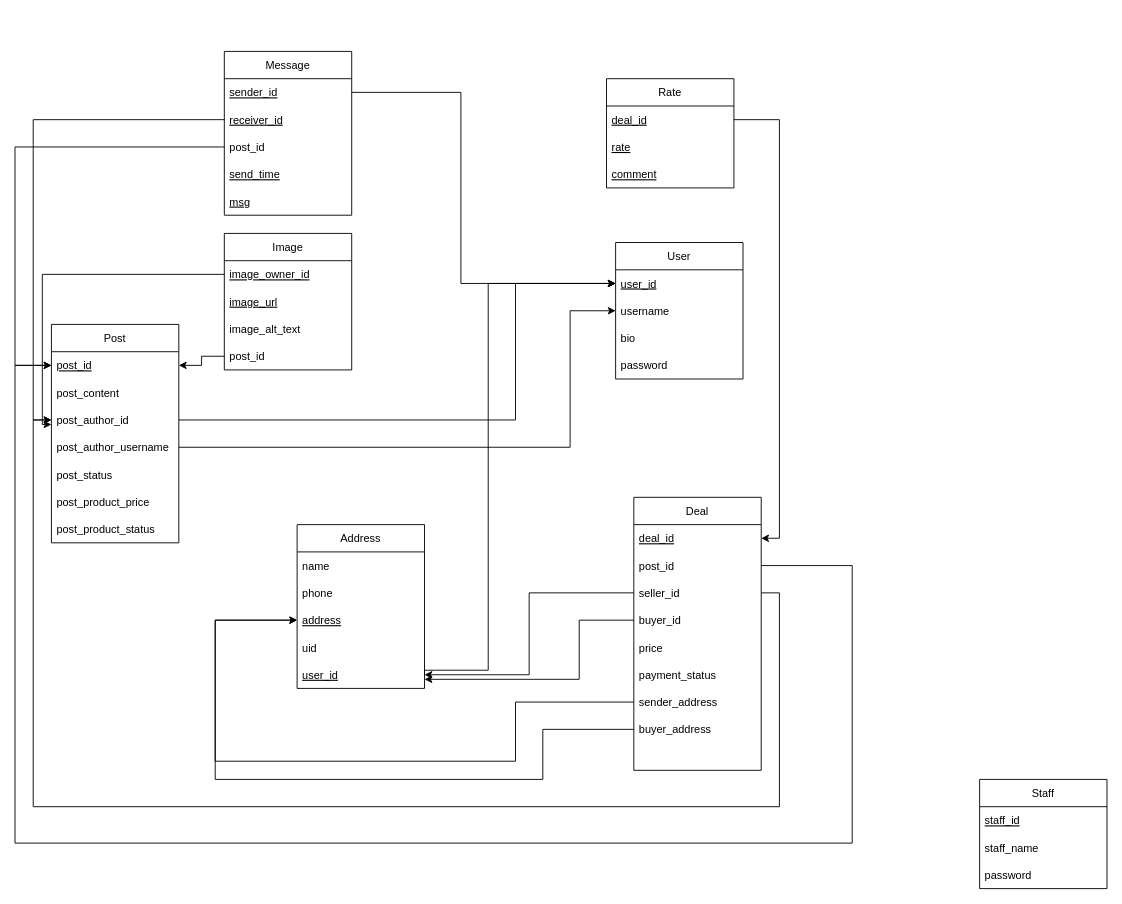
Before: backend/models/sql/PigeonSale Schema Diagram.drawio in Harrilee/PigeonSale, a draw.io diagram. Source tidied: cells renumbered, new cells numbered last; positions are measured from the earlier drawing's top-left corner, leaving out a move shared by most shapes. Both pictures are drawn from the tidied source at 91%, with x=0, y=0 at pixel (15, 51).
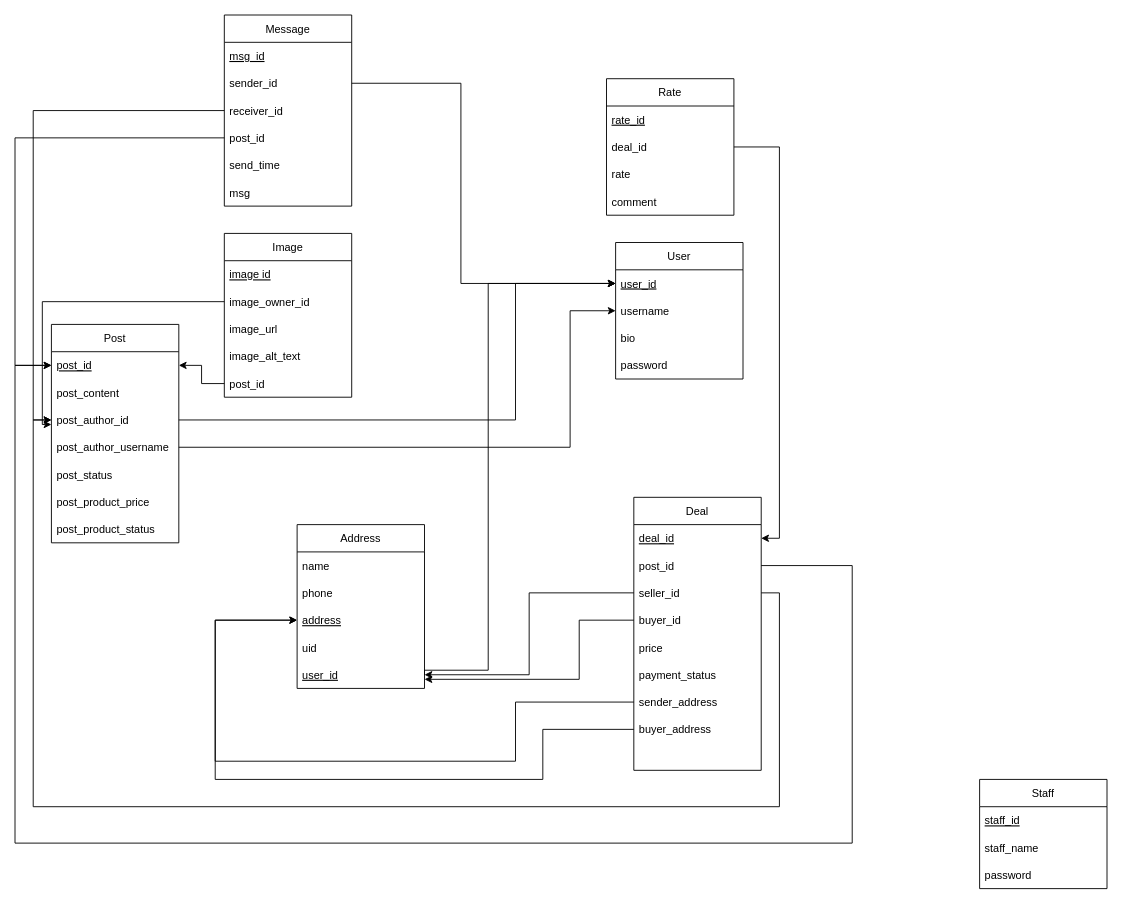
Above is the later version.

Commit message (it also covers changes not shown here):
modification of schema diagram

The change refers to these unchanged cells:
```xml
<mxCell id="7" value="user_id" style="text;strokeColor=none;fillColor=none;align=left;verticalAlign=middle;spacingLeft=4;spacingRight=4;overflow=hidden;points=[[0,0.5],[1,0.5]];portConstraint=eastwest;fontStyle=4;" parent="6" vertex="1">
  <mxGeometry y="30" width="140" height="30" as="geometry" />
</mxCell>
<mxCell id="22" value="post_id" style="text;strokeColor=none;fillColor=none;align=left;verticalAlign=middle;spacingLeft=4;spacingRight=4;overflow=hidden;points=[[0,0.5],[1,0.5]];portConstraint=eastwest;fontStyle=4;" parent="21" vertex="1">
  <mxGeometry y="30" width="140" height="30" as="geometry" />
</mxCell>
<mxCell id="24" value="post_author_id" style="text;strokeColor=none;fillColor=none;align=left;verticalAlign=middle;spacingLeft=4;spacingRight=4;overflow=hidden;points=[[0,0.5],[1,0.5]];portConstraint=eastwest;" parent="21" vertex="1">
  <mxGeometry y="90" width="140" height="30" as="geometry" />
</mxCell>
```

Diff of the diagram source:
```diff
@@
     <mxCell id="2" value="Rate" style="swimlane;fontStyle=0;horizontal=1;startSize=30;" parent="1" vertex="1">
-      <mxGeometry x="650" y="30" width="140" height="120" as="geometry" />
+      <mxGeometry x="650" y="30" width="140" height="150" as="geometry" />
     </mxCell>
+    <mxCell id="65" value="rate_id" style="text;strokeColor=none;fillColor=none;align=left;verticalAlign=middle;spacingLeft=4;spacingRight=4;overflow=hidden;fontStyle=4;" parent="2" vertex="1">
+      <mxGeometry y="30" width="140" height="30" as="geometry" />
+    </mxCell>
-    <mxCell id="3" value="deal_id" style="text;strokeColor=none;fillColor=none;align=left;verticalAlign=middle;spacingLeft=4;spacingRight=4;overflow=hidden;points=[[0,0.5],[1,0.5]];portConstraint=eastwest;fontStyle=4;" parent="2" vertex="1">
-      <mxGeometry y="30" width="140" height="30" as="geometry" />
+    <mxCell id="3" value="deal_id" style="text;strokeColor=none;fillColor=none;align=left;verticalAlign=middle;spacingLeft=4;spacingRight=4;overflow=hidden;points=[[0,0.5],[1,0.5]];portConstraint=eastwest;fontStyle=0;" parent="2" vertex="1">
+      <mxGeometry y="60" width="140" height="30" as="geometry" />
     </mxCell>
-    <mxCell id="4" value="rate" style="text;strokeColor=none;fillColor=none;align=left;verticalAlign=middle;spacingLeft=4;spacingRight=4;overflow=hidden;fontStyle=4;" parent="2" vertex="1">
-      <mxGeometry y="60" width="140" height="30" as="geometry" />
+    <mxCell id="4" value="rate" style="text;strokeColor=none;fillColor=none;align=left;verticalAlign=middle;spacingLeft=4;spacingRight=4;overflow=hidden;fontStyle=0;" parent="2" vertex="1">
+      <mxGeometry y="90" width="140" height="30" as="geometry" />
     </mxCell>
-    <mxCell id="5" value="comment" style="text;strokeColor=none;fillColor=none;align=left;verticalAlign=middle;spacingLeft=4;spacingRight=4;overflow=hidden;fontStyle=4;" parent="2" vertex="1">
-      <mxGeometry y="90" width="140" height="30" as="geometry" />
+    <mxCell id="5" value="comment" style="text;strokeColor=none;fillColor=none;align=left;verticalAlign=middle;spacingLeft=4;spacingRight=4;overflow=hidden;fontStyle=0;" parent="2" vertex="1">
+      <mxGeometry y="120" width="140" height="30" as="geometry" />
     </mxCell>
@@
     <mxCell id="29" value="Message" style="swimlane;fontStyle=0;horizontal=1;startSize=30;" parent="1" vertex="1">
-      <mxGeometry x="230" width="140" height="180" as="geometry" />
+      <mxGeometry x="230" y="-40" width="140" height="210" as="geometry" />
     </mxCell>
+    <mxCell id="66" value="msg_id" style="text;strokeColor=none;fillColor=none;align=left;verticalAlign=middle;spacingLeft=4;spacingRight=4;overflow=hidden;fontStyle=4;" parent="29" vertex="1">
+      <mxGeometry y="30" width="140" height="30" as="geometry" />
+    </mxCell>
-    <mxCell id="30" value="sender_id" style="text;strokeColor=none;fillColor=none;align=left;verticalAlign=middle;spacingLeft=4;spacingRight=4;overflow=hidden;points=[[0,0.5],[1,0.5]];portConstraint=eastwest;fontStyle=4;" parent="29" vertex="1">
-      <mxGeometry y="30" width="140" height="30" as="geometry" />
+    <mxCell id="30" value="sender_id" style="text;strokeColor=none;fillColor=none;align=left;verticalAlign=middle;spacingLeft=4;spacingRight=4;overflow=hidden;points=[[0,0.5],[1,0.5]];portConstraint=eastwest;fontStyle=0;" parent="29" vertex="1">
+      <mxGeometry y="60" width="140" height="30" as="geometry" />
     </mxCell>
-    <mxCell id="31" value="receiver_id" style="text;strokeColor=none;fillColor=none;align=left;verticalAlign=middle;spacingLeft=4;spacingRight=4;overflow=hidden;points=[[0,0.5],[1,0.5]];portConstraint=eastwest;fontStyle=4;" parent="29" vertex="1">
-      <mxGeometry y="60" width="140" height="30" as="geometry" />
+    <mxCell id="31" value="receiver_id" style="text;strokeColor=none;fillColor=none;align=left;verticalAlign=middle;spacingLeft=4;spacingRight=4;overflow=hidden;points=[[0,0.5],[1,0.5]];portConstraint=eastwest;fontStyle=0;" parent="29" vertex="1">
+      <mxGeometry y="90" width="140" height="30" as="geometry" />
     </mxCell>
     <mxCell id="32" value="post_id" style="text;strokeColor=none;fillColor=none;align=left;verticalAlign=middle;spacingLeft=4;spacingRight=4;overflow=hidden;points=[[0,0.5],[1,0.5]];portConstraint=eastwest;fontStyle=0;" parent="29" vertex="1">
-      <mxGeometry y="90" width="140" height="30" as="geometry" />
+      <mxGeometry y="120" width="140" height="30" as="geometry" />
     </mxCell>
-    <mxCell id="33" value="send_time" style="text;strokeColor=none;fillColor=none;align=left;verticalAlign=middle;spacingLeft=4;spacingRight=4;overflow=hidden;fontStyle=4;" parent="29" vertex="1">
-      <mxGeometry y="120" width="140" height="30" as="geometry" />
+    <mxCell id="33" value="send_time" style="text;strokeColor=none;fillColor=none;align=left;verticalAlign=middle;spacingLeft=4;spacingRight=4;overflow=hidden;fontStyle=0;" parent="29" vertex="1">
+      <mxGeometry y="150" width="140" height="30" as="geometry" />
     </mxCell>
-    <mxCell id="34" value="msg" style="text;strokeColor=none;fillColor=none;align=left;verticalAlign=middle;spacingLeft=4;spacingRight=4;overflow=hidden;fontStyle=4;" parent="29" vertex="1">
-      <mxGeometry y="150" width="140" height="30" as="geometry" />
+    <mxCell id="34" value="msg" style="text;strokeColor=none;fillColor=none;align=left;verticalAlign=middle;spacingLeft=4;spacingRight=4;overflow=hidden;fontStyle=0;" parent="29" vertex="1">
+      <mxGeometry y="180" width="140" height="30" as="geometry" />
     </mxCell>
@@
     <mxCell id="39" value="Image" style="swimlane;fontStyle=0;horizontal=1;startSize=30;shadow=0;" parent="1" vertex="1">
-      <mxGeometry x="230" y="200" width="140" height="150" as="geometry" />
+      <mxGeometry x="230" y="200" width="140" height="180" as="geometry" />
     </mxCell>
+    <mxCell id="67" value="image id" style="text;strokeColor=none;fillColor=none;align=left;verticalAlign=middle;spacingLeft=4;spacingRight=4;overflow=hidden;fontStyle=4;" parent="39" vertex="1">
+      <mxGeometry y="30" width="140" height="30" as="geometry" />
+    </mxCell>
-    <mxCell id="40" value="image_owner_id" style="text;strokeColor=none;fillColor=none;align=left;verticalAlign=middle;spacingLeft=4;spacingRight=4;overflow=hidden;points=[[0,0.5],[1,0.5]];portConstraint=eastwest;fontStyle=4;" parent="39" vertex="1">
-      <mxGeometry y="30" width="140" height="30" as="geometry" />
+    <mxCell id="40" value="image_owner_id" style="text;strokeColor=none;fillColor=none;align=left;verticalAlign=middle;spacingLeft=4;spacingRight=4;overflow=hidden;points=[[0,0.5],[1,0.5]];portConstraint=eastwest;fontStyle=0;" parent="39" vertex="1">
+      <mxGeometry y="60" width="140" height="30" as="geometry" />
     </mxCell>
-    <mxCell id="41" value="image_url" style="text;strokeColor=none;fillColor=none;align=left;verticalAlign=middle;spacingLeft=4;spacingRight=4;overflow=hidden;fontStyle=4;" parent="39" vertex="1">
-      <mxGeometry y="60" width="140" height="30" as="geometry" />
+    <mxCell id="41" value="image_url" style="text;strokeColor=none;fillColor=none;align=left;verticalAlign=middle;spacingLeft=4;spacingRight=4;overflow=hidden;fontStyle=0;" parent="39" vertex="1">
+      <mxGeometry y="90" width="140" height="30" as="geometry" />
     </mxCell>
     <mxCell id="42" value="image_alt_text" style="text;strokeColor=none;fillColor=none;align=left;verticalAlign=middle;spacingLeft=4;spacingRight=4;overflow=hidden;" parent="39" vertex="1">
-      <mxGeometry y="90" width="140" height="30" as="geometry" />
+      <mxGeometry y="120" width="140" height="30" as="geometry" />
     </mxCell>
     <mxCell id="43" value="post_id" style="text;strokeColor=none;fillColor=none;align=left;verticalAlign=middle;spacingLeft=4;spacingRight=4;overflow=hidden;points=[[0,0.5],[1,0.5]];portConstraint=eastwest;" parent="39" vertex="1">
-      <mxGeometry y="120" width="140" height="30" as="geometry" />
+      <mxGeometry y="150" width="140" height="30" as="geometry" />
     </mxCell>
@@
     <mxCell id="50" style="edgeStyle=orthogonalEdgeStyle;rounded=0;jettySize=auto;html=1;exitX=1;exitY=0.5;exitDx=0;exitDy=0;entryX=0;entryY=0.5;entryDx=0;entryDy=0;" parent="1" edge="1" source="30" target="7">
       <mxGeometry relative="1" as="geometry">
         <Array as="points">
-          <mxPoint x="490" y="45" />
+          <mxPoint x="490" y="35" />
           <mxPoint x="490" y="255" />
         </Array>
       </mxGeometry>
     </mxCell>
     <mxCell id="51" style="edgeStyle=orthogonalEdgeStyle;rounded=0;jettySize=auto;html=1;entryX=0;entryY=0.5;entryDx=0;entryDy=0;exitX=0;exitY=0.5;exitDx=0;exitDy=0;" parent="1" edge="1" source="31" target="24">
       <mxGeometry relative="1" as="geometry">
         <Array as="points">
-          <mxPoint x="20" y="75" />
+          <mxPoint x="20" y="65" />
           <mxPoint x="20" y="405" />
         </Array>
       </mxGeometry>
     </mxCell>
     <mxCell id="52" style="edgeStyle=orthogonalEdgeStyle;rounded=0;jettySize=auto;html=1;exitX=0;exitY=0.5;exitDx=0;exitDy=0;entryX=0;entryY=0.5;entryDx=0;entryDy=0;" parent="1" edge="1" source="32" target="22">
       <mxGeometry relative="1" as="geometry">
         <Array as="points">
-          <mxPoint y="105" />
+          <mxPoint y="95" />
           <mxPoint y="345" />
         </Array>
       </mxGeometry>
     </mxCell>
@@
     <mxCell id="58" style="edgeStyle=orthogonalEdgeStyle;rounded=0;jettySize=auto;html=1;exitX=0;exitY=0.5;exitDx=0;exitDy=0;" parent="1" edge="1" source="40">
       <mxGeometry relative="1" as="geometry">
         <mxPoint x="40" y="410" as="targetPoint" />
         <Array as="points">
-          <mxPoint x="30" y="245" />
+          <mxPoint x="30" y="275" />
           <mxPoint x="30" y="410" />
         </Array>
       </mxGeometry>
     </mxCell>
```
